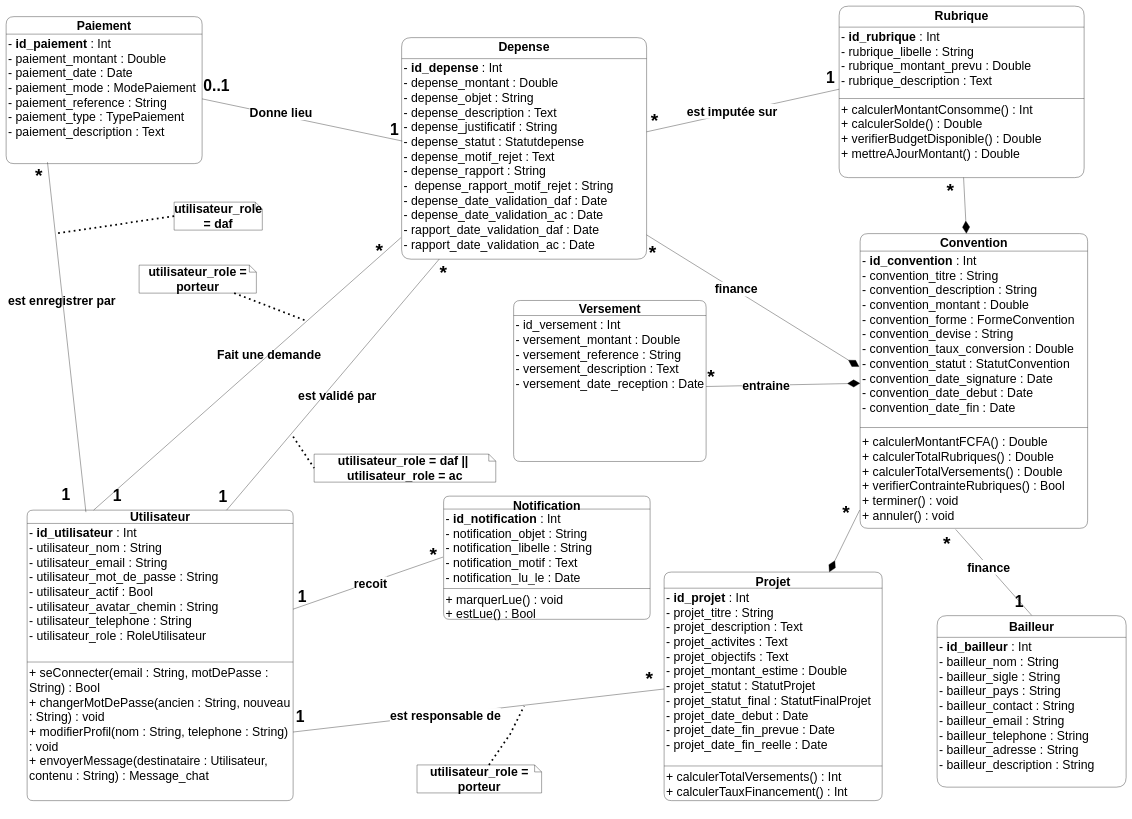
Earlier version of the draw.io diagram rapport/graphe/classe/class-diagram v2.drawio (CheickOuedraogo/stage). Source tidied: cells renumbered, new cells numbered last; positions are measured from the earlier drawing's top-left corner, leaving out a move shared by most shapes. Both pictures are drawn from the tidied source at 35%, with x=0, y=0 at pixel (6, 6).
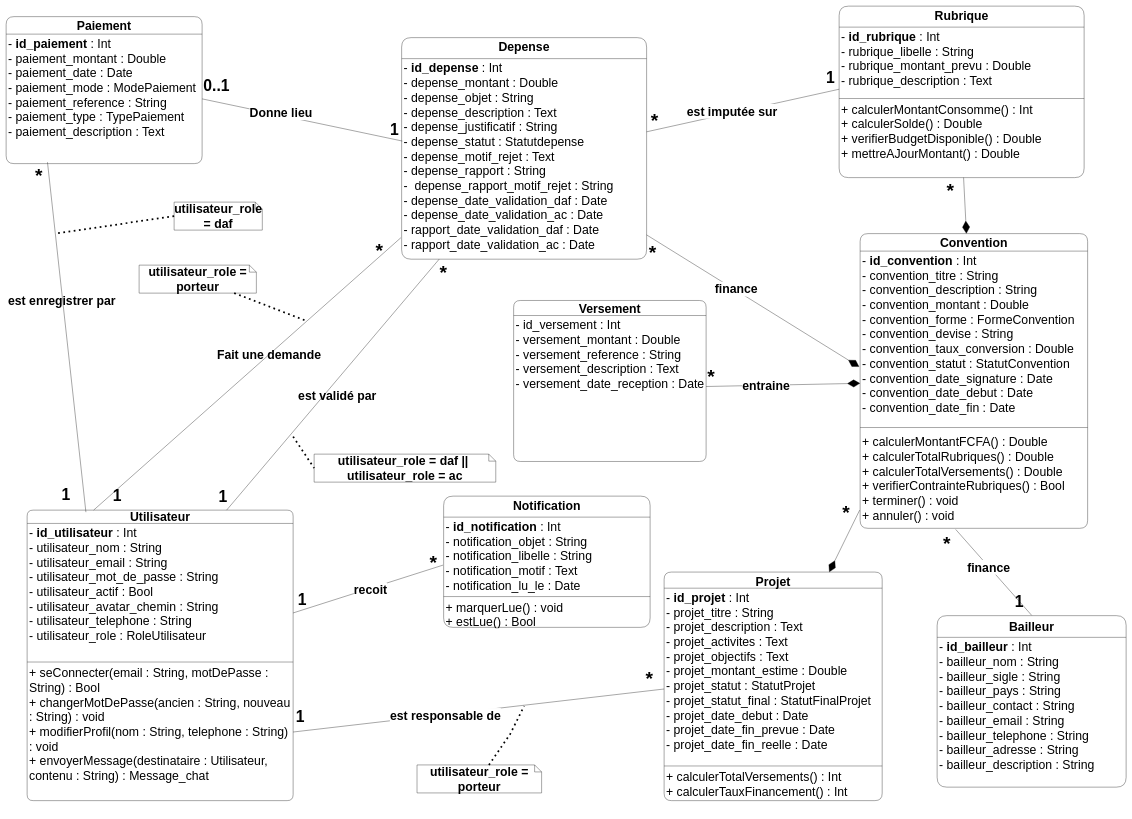
Above is the later version.

Diff of the diagram source:
```diff
@@
-    <mxCell id="26" value="Notification" style="swimlane;fontStyle=1;align=center;verticalAlign=top;horizontal=1;startSize=37;whiteSpace=wrap;html=1;fontSize=35;rounded=1;labelBackgroundColor=none;" parent="1" vertex="1">
-      <mxGeometry x="1250" y="1400" width="590" height="352" as="geometry" />
+    <mxCell id="26" value="Notification" style="swimlane;fontStyle=1;align=center;verticalAlign=top;horizontal=1;startSize=60;whiteSpace=wrap;html=1;fontSize=35;rounded=1;labelBackgroundColor=none;" parent="1" vertex="1">
+      <mxGeometry x="1250" y="1400" width="590" height="375" as="geometry" />
     </mxCell>
     <mxCell id="27" value="- &lt;b&gt;id_notification&lt;/b&gt; : Int&lt;br&gt;- notification_objet : String&lt;br&gt;- notification_libelle : String&lt;br&gt;- notification_motif : Text&lt;br&gt;- notification_lu_le : Date" style="text;strokeColor=none;fillColor=none;align=left;verticalAlign=top;spacingLeft=4;spacingRight=4;overflow=hidden;points=[[0,0.5],[1,0.5]];portConstraint=eastwest;whiteSpace=wrap;html=1;fontSize=35;rounded=1;labelBackgroundColor=none;" parent="26" vertex="1">
-      <mxGeometry y="37" width="590" height="223" as="geometry" />
+      <mxGeometry y="60" width="590" height="223" as="geometry" />
     </mxCell>
     <mxCell id="28" style="line;strokeWidth=1;fillColor=none;align=left;verticalAlign=middle;spacingTop=-1;spacingLeft=3;spacingRight=3;labelPosition=right;rounded=1;labelBackgroundColor=none;fontSize=35;" parent="26" vertex="1">
-      <mxGeometry y="260" width="590" height="8" as="geometry" />
+      <mxGeometry y="283" width="590" height="8" as="geometry" />
     </mxCell>
     <mxCell id="29" value="+ marquerLue() : void&#10;+ estLue() : Bool" style="text;strokeColor=none;fillColor=none;align=left;verticalAlign=top;spacingLeft=4;spacingRight=4;overflow=hidden;whiteSpace=wrap;html=1;fontSize=35;rounded=1;labelBackgroundColor=none;" parent="26" vertex="1">
-      <mxGeometry y="268" width="590" height="84" as="geometry" />
+      <mxGeometry y="291" width="590" height="84" as="geometry" />
     </mxCell>
```
